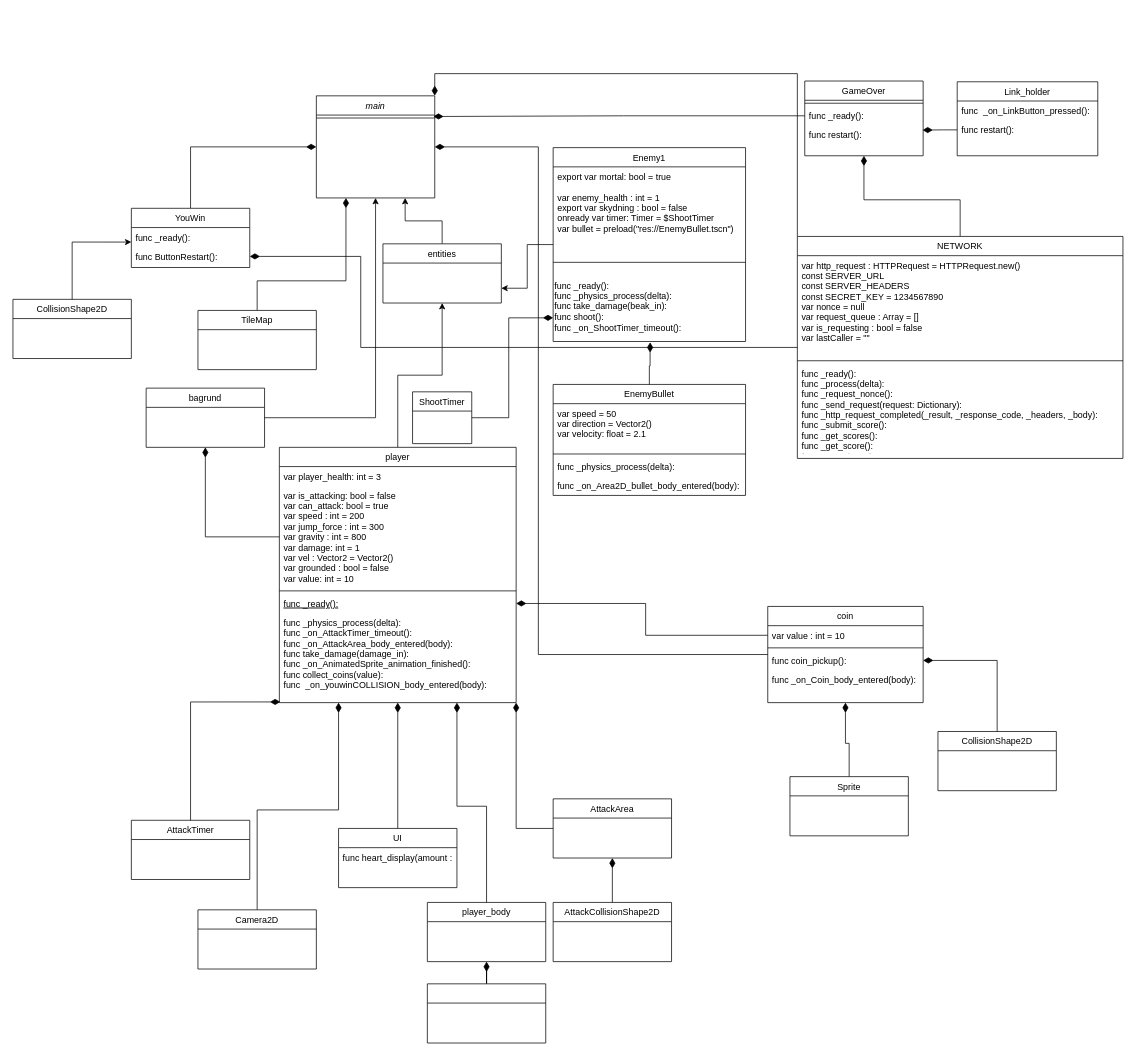
The draw.io diagram klasse diagram.drawio in Anasbananhovede/eksame-projekt, before the edit. Source tidied: cells renumbered, new cells numbered last; positions are measured from the earlier drawing's top-left corner, leaving out a move shared by most shapes. Both pictures are drawn from the tidied source at 74%, with x=0, y=0 at pixel (13, 81).
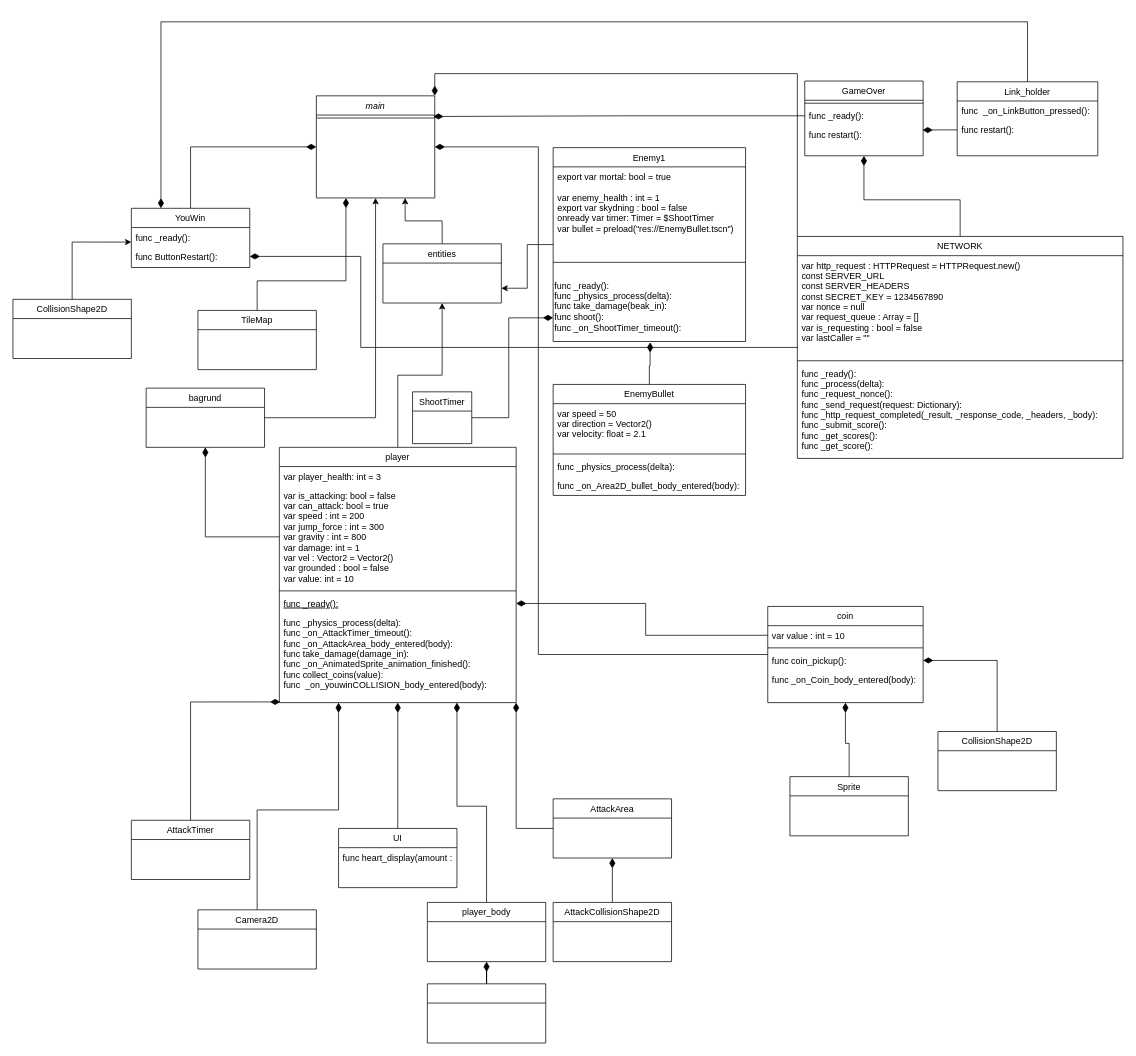
The same diagram, later.

Commit message:
tilføjede endnu en pil.drawio

The change refers to these unchanged cells:
```xml
<mxCell id="28" value="YouWin" style="swimlane;fontStyle=0;align=center;verticalAlign=top;horizontal=1;startSize=26;rounded=0;shadow=0;strokeWidth=1;" parent="1" vertex="1">
  <mxGeometry x="160" y="172" width="160" height="80" as="geometry" />
</mxCell>
<mxCell id="35" value="Link_holder" style="swimlane;fontStyle=0;align=center;verticalAlign=top;horizontal=1;startSize=26;rounded=0;shadow=0;strokeWidth=1;" parent="1" vertex="1">
  <mxGeometry x="1276" y="1" width="190" height="100" as="geometry" />
</mxCell>
```

What changed in the source:
```diff
@@
+    <mxCell id="79" style="edgeStyle=orthogonalEdgeStyle;rounded=0;jettySize=auto;html=1;entryX=0.25;entryY=0;entryDx=0;entryDy=0;endArrow=diamondThin;endFill=1;endSize=11;" parent="1" edge="1" source="35" target="28">
+      <mxGeometry relative="1" as="geometry">
+        <Array as="points">
+          <mxPoint x="1371" y="-80" />
+          <mxPoint x="200" y="-80" />
+        </Array>
+      </mxGeometry>
+    </mxCell>
```
